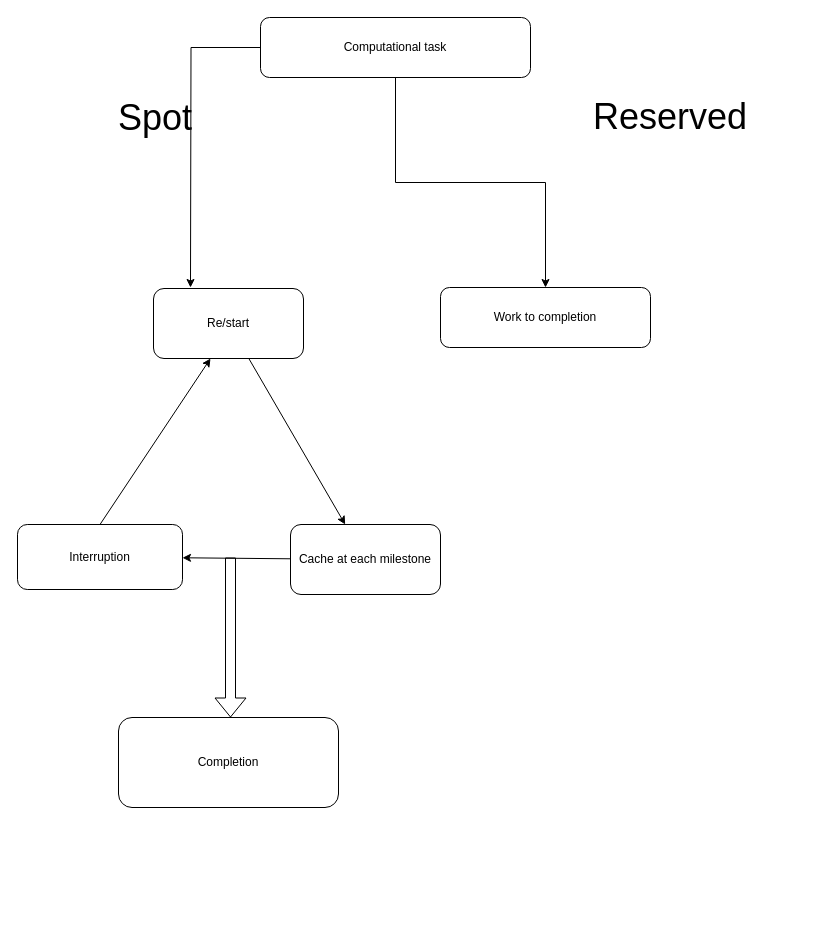
The draw.io diagram working with spot compute.drawio in RijanHasTwoEars7/draw_io_illustrations, before the edit. Source tidied: cells renumbered, new cells numbered last; positions are measured from the earlier drawing's top-left corner, leaving out a move shared by most shapes. Both pictures are drawn from the tidied source at 100%, with x=0, y=0 at pixel (17, 17).
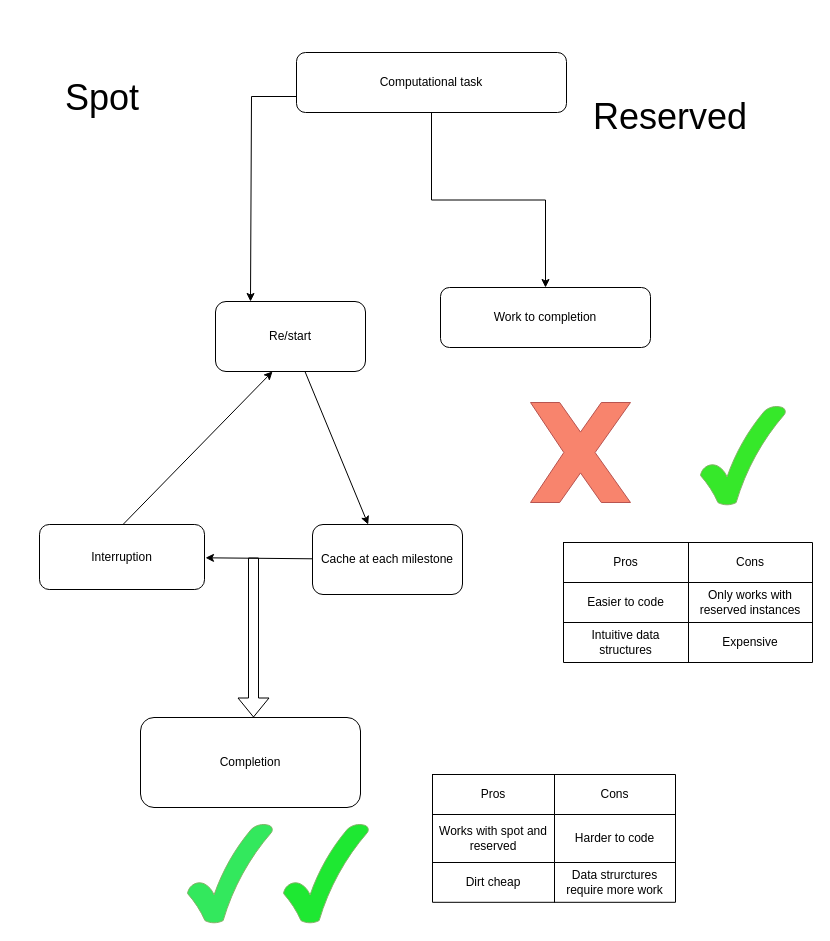
The same diagram, later.

Diff of the diagram source:
```diff
@@
-<mxGraphModel>
+<mxGraphModel background="#ffffff">
@@
-    <mxCell id="2" style="edgeStyle=orthogonalEdgeStyle;jettySize=auto;html=1;rounded=0;" parent="1" edge="1" source="4">
+    <mxCell id="2" style="edgeStyle=orthogonalEdgeStyle;orthogonalLoop=1;jettySize=auto;html=1;rounded=0;" parent="1" edge="1">
       <mxGeometry relative="1" as="geometry">
-        <mxPoint x="173" y="270" as="targetPoint" />
+        <mxPoint x="339" y="79" as="sourcePoint" />
+        <mxPoint x="233" y="284" as="targetPoint" />
+        <Array as="points">
+          <mxPoint x="234" y="79" />
+        </Array>
       </mxGeometry>
     </mxCell>
@@
     <mxCell id="4" value="Computational task" style="rounded=1;whiteSpace=wrap;html=1;" parent="1" vertex="1">
-      <mxGeometry x="243" width="270" height="60" as="geometry" />
+      <mxGeometry x="279" y="35" width="270" height="60" as="geometry" />
     </mxCell>
@@
     <mxCell id="6" value="&lt;font style=&quot;font-size: 36px;&quot;&gt;Spot&lt;/font&gt;" style="text;strokeColor=none;align=center;fillColor=none;html=1;verticalAlign=middle;whiteSpace=wrap;rounded=0;" parent="1" vertex="1">
-      <mxGeometry x="53" y="60" width="170" height="80" as="geometry" />
+      <mxGeometry y="40" width="170" height="80" as="geometry" />
     </mxCell>
@@
-    <mxCell id="8" style="edgeStyle=orthogonalEdgeStyle;rounded=0;jettySize=auto;html=1;noEdgeStyle=1;" parent="1" edge="1" source="9" target="11">
-      <mxGeometry relative="1" as="geometry" />
+    <mxCell id="8" style="edgeStyle=orthogonalEdgeStyle;rounded=0;jettySize=auto;html=1;noEdgeStyle=1;" parent="1" edge="1" source="9">
+      <mxGeometry relative="1" as="geometry">
+        <mxPoint x="350.7" y="507" as="targetPoint" />
+      </mxGeometry>
     </mxCell>
     <mxCell id="9" value="Re/start" style="rounded=1;whiteSpace=wrap;html=1;" parent="1" vertex="1">
-      <mxGeometry x="136" y="271" width="150" height="70" as="geometry" />
+      <mxGeometry x="198" y="284" width="150" height="70" as="geometry" />
     </mxCell>
-    <mxCell id="10" style="edgeStyle=orthogonalEdgeStyle;rounded=0;jettySize=auto;html=1;noEdgeStyle=1;" parent="1" edge="1" source="11" target="12">
-      <mxGeometry relative="1" as="geometry" />
+    <mxCell id="10" style="edgeStyle=orthogonalEdgeStyle;rounded=0;orthogonalLoop=1;jettySize=auto;html=1;noEdgeStyle=1;" parent="1" edge="1">
+      <mxGeometry relative="1" as="geometry">
+        <mxPoint x="296" y="541.3" as="sourcePoint" />
+        <mxPoint x="188" y="540.3" as="targetPoint" />
+      </mxGeometry>
     </mxCell>
     <mxCell id="11" value="Cache at each milestone" style="rounded=1;whiteSpace=wrap;html=1;" parent="1" vertex="1">
-      <mxGeometry x="273" y="507" width="150" height="70" as="geometry" />
+      <mxGeometry x="295" y="507" width="150" height="70" as="geometry" />
     </mxCell>
     <mxCell id="12" value="Interruption" style="whiteSpace=wrap;html=1;rounded=1;" parent="1" vertex="1">
-      <mxGeometry y="507" width="165" height="65" as="geometry" />
+      <mxGeometry x="22" y="507" width="165" height="65" as="geometry" />
     </mxCell>
-    <mxCell id="13" style="endArrow=classic;html=1;rounded=0;exitX=0.5;exitY=0;exitDx=0;exitDy=0;entryX=0.38;entryY=1;entryDx=0;entryDy=0;entryPerimeter=0;" parent="1" edge="1" source="12" target="9">
-      <mxGeometry relative="1" as="geometry" />
+    <mxCell id="13" style="endArrow=classic;html=1;rounded=0;exitX=0.5;exitY=0;exitDx=0;exitDy=0;entryX=0.38;entryY=1;entryDx=0;entryDy=0;entryPerimeter=0;" parent="1" edge="1" target="9">
+      <mxGeometry relative="1" as="geometry">
+        <mxPoint x="105.5" y="507" as="sourcePoint" />
+      </mxGeometry>
     </mxCell>
     <mxCell id="14" style="shape=flexArrow;endArrow=classic;html=1;rounded=0;" parent="1" edge="1">
       <mxGeometry relative="1" as="geometry">
-        <mxPoint x="213" y="540" as="sourcePoint" />
-        <mxPoint x="213" y="700" as="targetPoint" />
+        <mxPoint x="236" y="540" as="sourcePoint" />
+        <mxPoint x="236" y="700" as="targetPoint" />
       </mxGeometry>
     </mxCell>
     <mxCell id="15" value="Completion" style="rounded=1;whiteSpace=wrap;html=1;" parent="1" vertex="1">
-      <mxGeometry x="101" y="700" width="220" height="90" as="geometry" />
+      <mxGeometry x="123" y="700" width="220" height="90" as="geometry" />
     </mxCell>
+    <mxCell id="16" style="verticalLabelPosition=bottom;verticalAlign=top;html=1;shape=mxgraph.basic.tick;fillColor=#33E85D;strokeColor=#82b366;" parent="1" vertex="1">
+      <mxGeometry x="170" y="806" width="85" height="100" as="geometry" />
+    </mxCell>
+    <mxCell id="17" style="verticalLabelPosition=bottom;verticalAlign=top;html=1;shape=mxgraph.basic.tick;fillColor=#1EE832;strokeColor=#82b366;" parent="1" vertex="1">
+      <mxGeometry x="266" y="806" width="85" height="100" as="geometry" />
+    </mxCell>
+    <mxCell id="18" style="verticalLabelPosition=bottom;verticalAlign=top;html=1;shape=mxgraph.basic.tick;fillColor=#36E82A;strokeColor=#82b366;" parent="1" vertex="1">
+      <mxGeometry x="683" y="388" width="85" height="100" as="geometry" />
+    </mxCell>
+    <mxCell id="19" style="verticalLabelPosition=bottom;verticalAlign=top;html=1;shape=mxgraph.basic.x;fillColor=#F8846D;strokeColor=#b85450;" parent="1" vertex="1">
+      <mxGeometry x="513" y="385" width="100" height="100" as="geometry" />
+    </mxCell>
+    <mxCell id="20" style="shape=table;startSize=0;childLayout=tableLayout;" parent="1" vertex="1">
+      <mxGeometry x="546" y="525" width="249" height="120" as="geometry" />
+    </mxCell>
+    <mxCell id="21" style="shape=tableRow;horizontal=0;startSize=0;swimlaneHead=0;swimlaneBody=0;strokeColor=inherit;top=0;left=0;bottom=0;right=0;fillColor=none;" parent="20" vertex="1">
+      <mxGeometry width="249" height="40" as="geometry" />
+    </mxCell>
+    <mxCell id="22" value="Pros" style="shape=partialRectangle;html=1;whiteSpace=wrap;strokeColor=inherit;overflow=hidden;fillColor=none;top=0;left=0;bottom=0;right=0;" parent="21" vertex="1">
+      <mxGeometry width="125" height="40" as="geometry" />
+    </mxCell>
+    <mxCell id="23" value="Cons" style="shape=partialRectangle;html=1;whiteSpace=wrap;strokeColor=inherit;overflow=hidden;fillColor=none;top=0;left=0;bottom=0;right=0;" parent="21" vertex="1">
+      <mxGeometry x="125" width="124" height="40" as="geometry" />
+    </mxCell>
+    <mxCell id="24" style="shape=tableRow;horizontal=0;startSize=0;swimlaneHead=0;swimlaneBody=0;strokeColor=inherit;top=0;left=0;bottom=0;right=0;fillColor=none;" parent="20" vertex="1">
+      <mxGeometry y="40" width="249" height="40" as="geometry" />
+    </mxCell>
+    <mxCell id="25" value="Easier to code" style="shape=partialRectangle;html=1;whiteSpace=wrap;strokeColor=inherit;overflow=hidden;fillColor=none;top=0;left=0;bottom=0;right=0;" parent="24" vertex="1">
+      <mxGeometry width="125" height="40" as="geometry" />
+    </mxCell>
+    <mxCell id="26" value="Only works with reserved instances" style="shape=partialRectangle;html=1;whiteSpace=wrap;strokeColor=inherit;overflow=hidden;fillColor=none;top=0;left=0;bottom=0;right=0;" parent="24" vertex="1">
+      <mxGeometry x="125" width="124" height="40" as="geometry" />
+    </mxCell>
+    <mxCell id="27" style="shape=tableRow;horizontal=0;startSize=0;swimlaneHead=0;swimlaneBody=0;strokeColor=inherit;top=0;left=0;bottom=0;right=0;fillColor=none;" parent="20" vertex="1">
+      <mxGeometry y="80" width="249" height="40" as="geometry" />
+    </mxCell>
+    <mxCell id="28" value="Intuitive data structures" style="shape=partialRectangle;html=1;whiteSpace=wrap;strokeColor=inherit;overflow=hidden;fillColor=none;top=0;left=0;bottom=0;right=0;" parent="27" vertex="1">
+      <mxGeometry width="125" height="40" as="geometry" />
+    </mxCell>
+    <mxCell id="29" value="Expensive" style="shape=partialRectangle;html=1;whiteSpace=wrap;strokeColor=inherit;overflow=hidden;fillColor=none;top=0;left=0;bottom=0;right=0;" parent="27" vertex="1">
+      <mxGeometry x="125" width="124" height="40" as="geometry" />
+    </mxCell>
+    <mxCell id="30" style="shape=table;startSize=0;childLayout=tableLayout;" parent="1" vertex="1">
+      <mxGeometry x="415" y="757" width="243" height="127.8" as="geometry" />
+    </mxCell>
+    <mxCell id="31" style="shape=tableRow;horizontal=0;startSize=0;swimlaneHead=0;swimlaneBody=0;strokeColor=inherit;top=0;left=0;bottom=0;right=0;fillColor=none;" parent="30" vertex="1">
+      <mxGeometry width="243" height="40" as="geometry" />
+    </mxCell>
+    <mxCell id="32" value="Pros" style="shape=partialRectangle;html=1;whiteSpace=wrap;strokeColor=inherit;overflow=hidden;fillColor=none;top=0;left=0;bottom=0;right=0;" parent="31" vertex="1">
+      <mxGeometry width="122" height="40" as="geometry" />
+    </mxCell>
+    <mxCell id="33" value="Cons" style="shape=partialRectangle;html=1;whiteSpace=wrap;strokeColor=inherit;overflow=hidden;fillColor=none;top=0;left=0;bottom=0;right=0;" parent="31" vertex="1">
+      <mxGeometry x="122" width="121" height="40" as="geometry" />
+    </mxCell>
+    <mxCell id="34" style="shape=tableRow;horizontal=0;startSize=0;swimlaneHead=0;swimlaneBody=0;strokeColor=inherit;top=0;left=0;bottom=0;right=0;fillColor=none;" parent="30" vertex="1">
+      <mxGeometry y="40" width="243" height="48" as="geometry" />
+    </mxCell>
+    <mxCell id="35" value="Works with spot and reserved" style="shape=partialRectangle;html=1;whiteSpace=wrap;strokeColor=inherit;overflow=hidden;fillColor=none;top=0;left=0;bottom=0;right=0;" parent="34" vertex="1">
+      <mxGeometry width="122" height="48" as="geometry" />
+    </mxCell>
+    <mxCell id="36" value="Harder to code" style="shape=partialRectangle;html=1;whiteSpace=wrap;strokeColor=inherit;overflow=hidden;fillColor=none;top=0;left=0;bottom=0;right=0;" parent="34" vertex="1">
+      <mxGeometry x="122" width="121" height="48" as="geometry" />
+    </mxCell>
+    <mxCell id="37" style="shape=tableRow;horizontal=0;startSize=0;swimlaneHead=0;swimlaneBody=0;strokeColor=inherit;top=0;left=0;bottom=0;right=0;fillColor=none;" parent="30" vertex="1">
+      <mxGeometry y="88" width="243" height="40" as="geometry" />
+    </mxCell>
+    <mxCell id="38" value="Dirt cheap" style="shape=partialRectangle;html=1;whiteSpace=wrap;strokeColor=inherit;overflow=hidden;fillColor=none;top=0;left=0;bottom=0;right=0;" parent="37" vertex="1">
+      <mxGeometry width="122" height="40" as="geometry" />
+    </mxCell>
+    <mxCell id="39" value="Data strurctures require more work" style="shape=partialRectangle;html=1;whiteSpace=wrap;strokeColor=inherit;overflow=hidden;fillColor=none;top=0;left=0;bottom=0;right=0;" parent="37" vertex="1">
+      <mxGeometry x="122" width="121" height="40" as="geometry" />
+    </mxCell>
```
